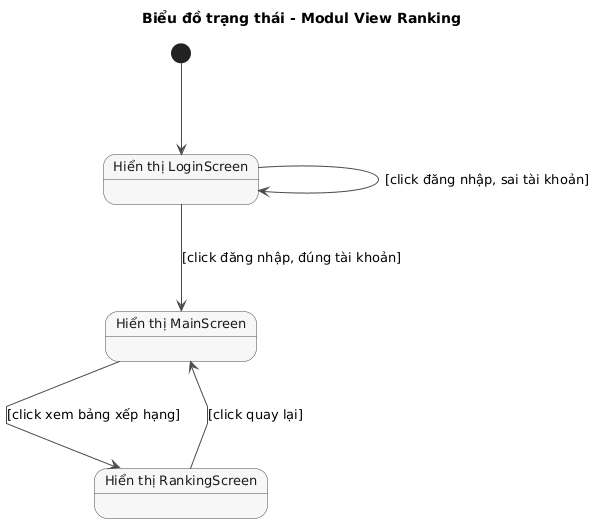
The PlantUML diagram docs/uml/pha2/state-m2.png in VattenL/mobile-pikachu, before a commit.
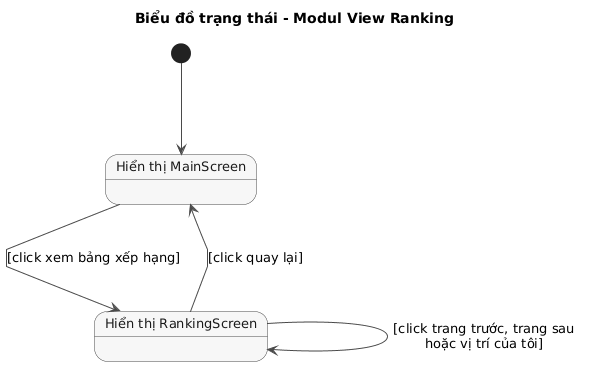
After the commit.

The edit, as a diff of the source:
```diff
@@ -13,13 +13,11 @@
   FontColor #1A1A1A
 }
 
-state "Hiển thị LoginScreen" as Login
 state "Hiển thị MainScreen" as Main
 state "Hiển thị RankingScreen" as Ranking
 
-[*] --> Login
-Login --> Login : [click đăng nhập, sai tài khoản]
-Login --> Main : [click đăng nhập, đúng tài khoản]
+[*] --> Main
 Main --> Ranking : [click xem bảng xếp hạng]
+Ranking --> Ranking : [click trang trước, trang sau\nhoặc vị trí của tôi]
 Ranking --> Main : [click quay lại]
 @enduml
```
